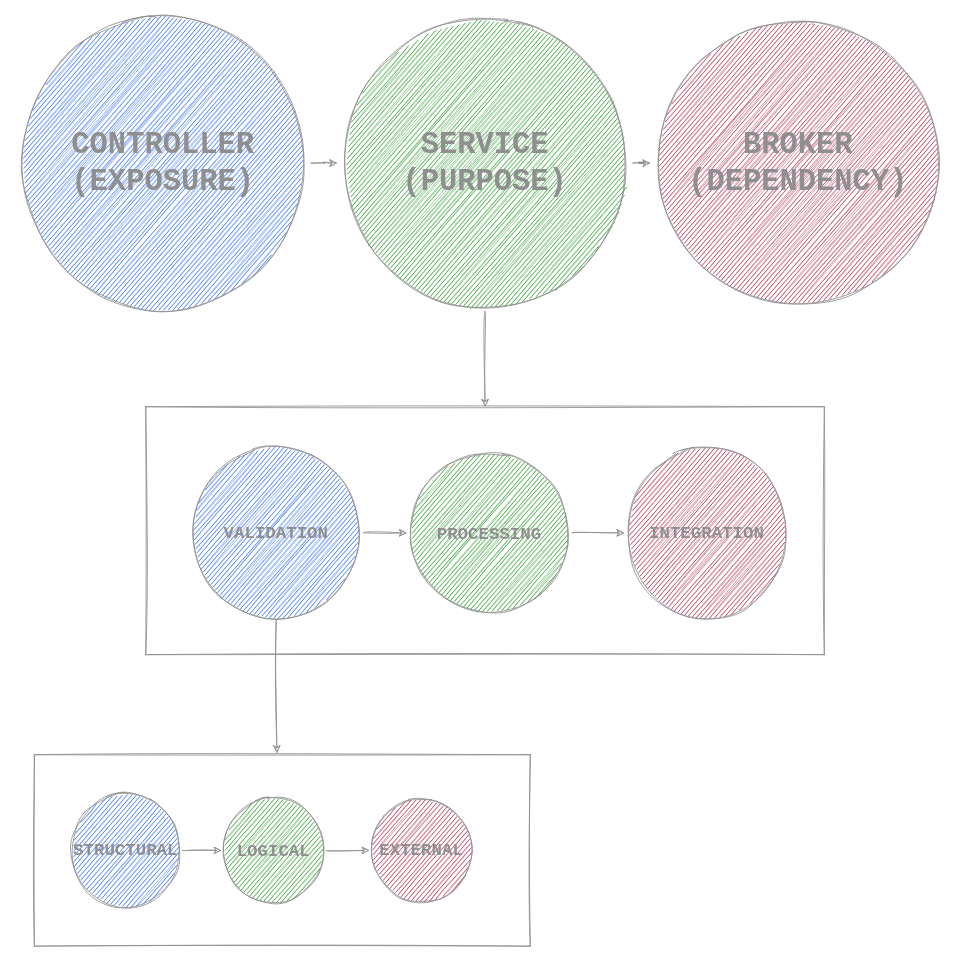
Before: page "0.0.5" (5 of 6) of 0. Introduction/Resources/The Theory/The Theory.drawio in hassanhabib/The-Standard-Turkish, a draw.io diagram. Source tidied: cells renumbered, new cells numbered last; positions are measured from the earlier drawing's top-left corner, leaving out a move shared by most shapes. Both pictures are drawn from the tidied source at 87%, with x=0, y=0 at pixel (15, 15).
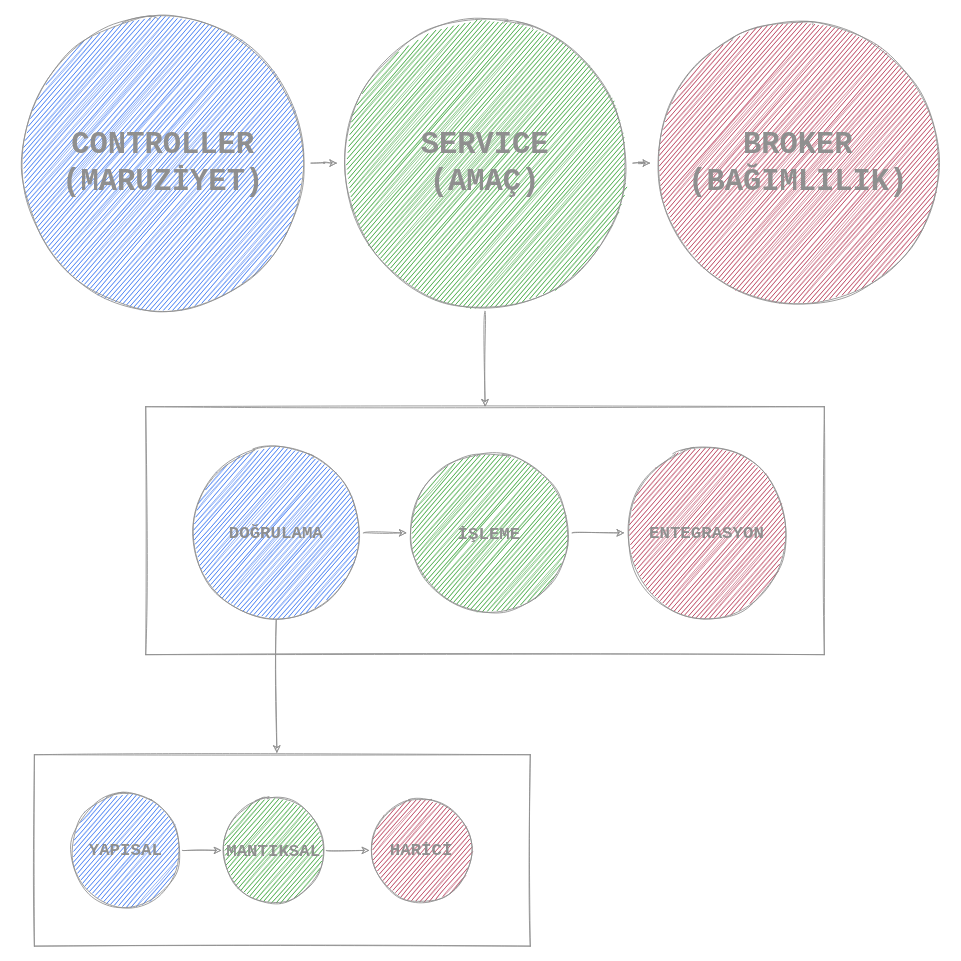
The same diagram, later.

Change to the diagram source:
```diff
@@
-    <mxCell id="4" value="BROKER&lt;br&gt;(DEPENDENCY)" style="ellipse;whiteSpace=wrap;html=1;rounded=1;sketch=1;fillColor=#a20025;strokeColor=#8F8F8F;fontFamily=Courier New;fontStyle=1;fontSize=35;fontColor=#8F8F8F;" parent="1" vertex="1">
+    <mxCell id="4" value="BROKER&lt;br&gt;(BAĞIMLILIK)" style="ellipse;whiteSpace=wrap;html=1;rounded=1;sketch=1;fillColor=#a20025;strokeColor=#8F8F8F;fontFamily=Courier New;fontStyle=1;fontSize=35;fontColor=#8F8F8F;" parent="1" vertex="1">
       <mxGeometry x="730" width="340" height="340" as="geometry" />
     </mxCell>
@@
-    <mxCell id="7" value="&lt;font style=&quot;font-size: 35px&quot;&gt;SERVICE&lt;br&gt;(PURPOSE)&lt;br&gt;&lt;/font&gt;" style="ellipse;whiteSpace=wrap;html=1;rounded=1;sketch=1;fillColor=#008a00;strokeColor=#8F8F8F;fontFamily=Courier New;fontStyle=1;fontSize=25;fontColor=#8F8F8F;" parent="1" vertex="1">
+    <mxCell id="7" value="&lt;font style=&quot;font-size: 35px&quot;&gt;SERVICE&lt;br&gt;(AMAÇ)&lt;br&gt;&lt;/font&gt;" style="ellipse;whiteSpace=wrap;html=1;rounded=1;sketch=1;fillColor=#008a00;strokeColor=#8F8F8F;fontFamily=Courier New;fontStyle=1;fontSize=25;fontColor=#8F8F8F;" parent="1" vertex="1">
       <mxGeometry x="370" width="340" height="340" as="geometry" />
     </mxCell>
@@
-    <mxCell id="9" value="&lt;font style=&quot;font-size: 35px&quot;&gt;CONTROLLER&lt;br&gt;(EXPOSURE)&lt;br&gt;&lt;/font&gt;" style="ellipse;whiteSpace=wrap;html=1;rounded=1;sketch=1;fillColor=#0050ef;strokeColor=#8F8F8F;fontFamily=Courier New;fontStyle=1;fontColor=#8F8F8F;" parent="1" vertex="1">
+    <mxCell id="9" value="&lt;font style=&quot;font-size: 35px&quot;&gt;CONTROLLER&lt;br&gt;(MARUZİYET)&lt;br&gt;&lt;/font&gt;" style="ellipse;whiteSpace=wrap;html=1;rounded=1;sketch=1;fillColor=#0050ef;strokeColor=#8F8F8F;fontFamily=Courier New;fontStyle=1;fontColor=#8F8F8F;" parent="1" vertex="1">
       <mxGeometry width="340" height="340" as="geometry" />
     </mxCell>
-    <mxCell id="10" value="INTEGRATION" style="ellipse;whiteSpace=wrap;html=1;rounded=1;sketch=1;fillColor=#a20025;strokeColor=#8F8F8F;fontFamily=Courier New;fontStyle=1;fontSize=20;fontColor=#8F8F8F;" parent="1" vertex="1">
+    <mxCell id="10" value="ENTEGRASYON" style="ellipse;whiteSpace=wrap;html=1;rounded=1;sketch=1;fillColor=#a20025;strokeColor=#8F8F8F;fontFamily=Courier New;fontStyle=1;fontSize=20;fontColor=#8F8F8F;" parent="1" vertex="1">
       <mxGeometry x="700" y="500" width="190" height="190" as="geometry" />
     </mxCell>
@@
-    <mxCell id="12" value="&lt;font&gt;&lt;font style=&quot;font-size: 20px&quot;&gt;PROCESSING&lt;/font&gt;&lt;br&gt;&lt;/font&gt;" style="ellipse;whiteSpace=wrap;html=1;rounded=1;sketch=1;fillColor=#008a00;strokeColor=#8F8F8F;fontFamily=Courier New;fontStyle=1;fontSize=25;fontColor=#8F8F8F;" parent="1" vertex="1">
+    <mxCell id="12" value="&lt;font&gt;&lt;font style=&quot;font-size: 20px&quot;&gt;İŞLEME&lt;/font&gt;&lt;br&gt;&lt;/font&gt;" style="ellipse;whiteSpace=wrap;html=1;rounded=1;sketch=1;fillColor=#008a00;strokeColor=#8F8F8F;fontFamily=Courier New;fontStyle=1;fontSize=25;fontColor=#8F8F8F;" parent="1" vertex="1">
       <mxGeometry x="450" y="500" width="190" height="190" as="geometry" />
     </mxCell>
@@
-    <mxCell id="15" value="&lt;font&gt;&lt;font style=&quot;font-size: 20px&quot;&gt;VALIDATION&lt;/font&gt;&lt;br&gt;&lt;/font&gt;" style="ellipse;whiteSpace=wrap;html=1;rounded=1;sketch=1;fillColor=#0050ef;strokeColor=#8F8F8F;fontFamily=Courier New;fontStyle=1;fontColor=#8F8F8F;" parent="1" vertex="1">
+    <mxCell id="15" value="&lt;font&gt;&lt;font style=&quot;font-size: 20px&quot;&gt;DOĞRULAMA&lt;/font&gt;&lt;br&gt;&lt;/font&gt;" style="ellipse;whiteSpace=wrap;html=1;rounded=1;sketch=1;fillColor=#0050ef;strokeColor=#8F8F8F;fontFamily=Courier New;fontStyle=1;fontColor=#8F8F8F;" parent="1" vertex="1">
       <mxGeometry x="200" y="495" width="200" height="200" as="geometry" />
     </mxCell>
-    <mxCell id="16" value="EXTERNAL" style="ellipse;whiteSpace=wrap;html=1;rounded=1;sketch=1;fillColor=#a20025;strokeColor=#8F8F8F;fontFamily=Courier New;fontStyle=1;fontSize=20;fontColor=#8F8F8F;" parent="1" vertex="1">
+    <mxCell id="16" value="HARİCİ" style="ellipse;whiteSpace=wrap;html=1;rounded=1;sketch=1;fillColor=#a20025;strokeColor=#8F8F8F;fontFamily=Courier New;fontStyle=1;fontSize=20;fontColor=#8F8F8F;" parent="1" vertex="1">
       <mxGeometry x="407" y="900" width="120" height="120" as="geometry" />
     </mxCell>
@@
-    <mxCell id="18" value="&lt;font&gt;&lt;font style=&quot;font-size: 20px&quot;&gt;LOGICAL&lt;/font&gt;&lt;br&gt;&lt;/font&gt;" style="ellipse;whiteSpace=wrap;html=1;rounded=1;sketch=1;fillColor=#008a00;strokeColor=#8F8F8F;fontFamily=Courier New;fontStyle=1;fontSize=25;fontColor=#8F8F8F;" parent="1" vertex="1">
+    <mxCell id="18" value="&lt;font&gt;&lt;font style=&quot;font-size: 20px&quot;&gt;MANTIKSAL&lt;/font&gt;&lt;br&gt;&lt;/font&gt;" style="ellipse;whiteSpace=wrap;html=1;rounded=1;sketch=1;fillColor=#008a00;strokeColor=#8F8F8F;fontFamily=Courier New;fontStyle=1;fontSize=25;fontColor=#8F8F8F;" parent="1" vertex="1">
       <mxGeometry x="237" y="900" width="120" height="120" as="geometry" />
     </mxCell>
@@
-    <mxCell id="20" value="&lt;font&gt;&lt;font style=&quot;font-size: 20px&quot;&gt;STRUCTURAL&lt;/font&gt;&lt;br&gt;&lt;/font&gt;" style="ellipse;whiteSpace=wrap;html=1;rounded=1;sketch=1;fillColor=#0050ef;strokeColor=#8F8F8F;fontFamily=Courier New;fontStyle=1;fontColor=#8F8F8F;" parent="1" vertex="1">
+    <mxCell id="20" value="&lt;font&gt;&lt;font style=&quot;font-size: 20px&quot;&gt;YAPISAL&lt;/font&gt;&lt;br&gt;&lt;/font&gt;" style="ellipse;whiteSpace=wrap;html=1;rounded=1;sketch=1;fillColor=#0050ef;strokeColor=#8F8F8F;fontFamily=Courier New;fontStyle=1;fontColor=#8F8F8F;" parent="1" vertex="1">
       <mxGeometry x="62" y="895" width="130" height="130" as="geometry" />
     </mxCell>
```
